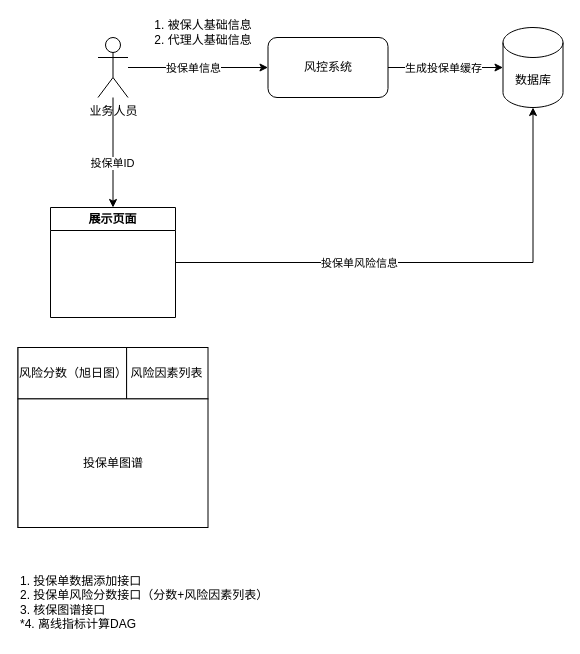
XiaoLiuAI/diagrams keeps this draw.io diagram as 太平/underwritting.drawio. Above is the earlier version. Source tidied: cells renumbered, new cells numbered last; positions are measured from the earlier drawing's top-left corner, leaving out a move shared by most shapes. Both pictures are drawn from the tidied source at 100%, with x=0, y=0 at pixel (17, 17).
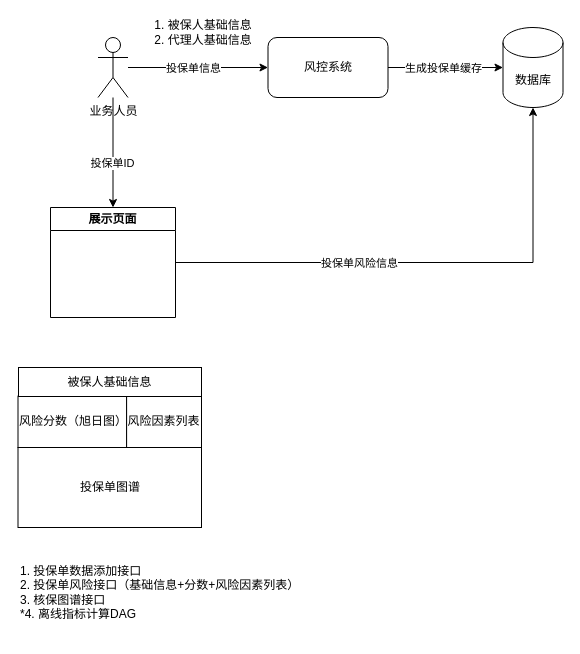
After the change.

Diff of the diagram source:
```diff
@@
-    <mxCell id="15" style="group;" parent="1" vertex="1">
-      <mxGeometry x="0.5" y="330" width="190" height="180" as="geometry" />
-    </mxCell>
-    <mxCell id="16" style="whiteSpace=wrap;html=1;" parent="15" vertex="1">
-      <mxGeometry width="180" height="180" as="geometry" />
-    </mxCell>
+    <mxCell id="20" value="1. 投保单数据添加接口&lt;br&gt;2. 投保单风险接口（基础信息+分数+风险因素列表）&lt;br&gt;3. 核保图谱接口&lt;br&gt;*4. 离线指标计算DAG" style="text;html=1;strokeColor=none;fillColor=none;align=left;verticalAlign=middle;whiteSpace=wrap;rounded=0;" parent="1" vertex="1">
+      <mxGeometry x="0.5" y="540" width="313.5" height="70" as="geometry" />
+    </mxCell>
-    <mxCell id="17" value="风险分数（旭日图）" style="rounded=0;whiteSpace=wrap;html=1;" parent="15" vertex="1">
-      <mxGeometry width="108.6" height="51.4" as="geometry" />
+    <mxCell id="17" value="风险分数（旭日图）" style="rounded=0;whiteSpace=wrap;html=1;" parent="1" vertex="1">
+      <mxGeometry x="0.5" y="378.6" width="108.6" height="51.4" as="geometry" />
     </mxCell>
-    <mxCell id="18" value="风险因素列表" style="rounded=0;whiteSpace=wrap;html=1;" parent="15" vertex="1">
-      <mxGeometry x="108.6" width="81.4" height="51.4" as="geometry" />
+    <mxCell id="18" value="风险因素列表" style="rounded=0;whiteSpace=wrap;html=1;" parent="1" vertex="1">
+      <mxGeometry x="109.1" y="378.6" width="74.9" height="51.4" as="geometry" />
     </mxCell>
-    <mxCell id="19" value="投保单图谱" style="rounded=0;whiteSpace=wrap;html=1;" parent="15" vertex="1">
-      <mxGeometry y="51.4" width="190" height="128.6" as="geometry" />
+    <mxCell id="19" value="投保单图谱" style="rounded=0;whiteSpace=wrap;html=1;" parent="1" vertex="1">
+      <mxGeometry x="0.5" y="430" width="183.5" height="80" as="geometry" />
     </mxCell>
-    <mxCell id="20" value="1. 投保单数据添加接口&lt;br&gt;2. 投保单风险分数接口（分数+风险因素列表）&lt;br&gt;3. 核保图谱接口&lt;br&gt;*4. 离线指标计算DAG" style="text;html=1;strokeColor=none;fillColor=none;align=left;verticalAlign=middle;whiteSpace=wrap;rounded=0;" parent="1" vertex="1">
-      <mxGeometry x="0.5" y="550" width="253.5" height="70" as="geometry" />
-    </mxCell>
+    <mxCell id="21" value="被保人基础信息" style="rounded=0;whiteSpace=wrap;html=1;" parent="1" vertex="1">
+      <mxGeometry x="1" y="350" width="183" height="29" as="geometry" />
+    </mxCell>
```
